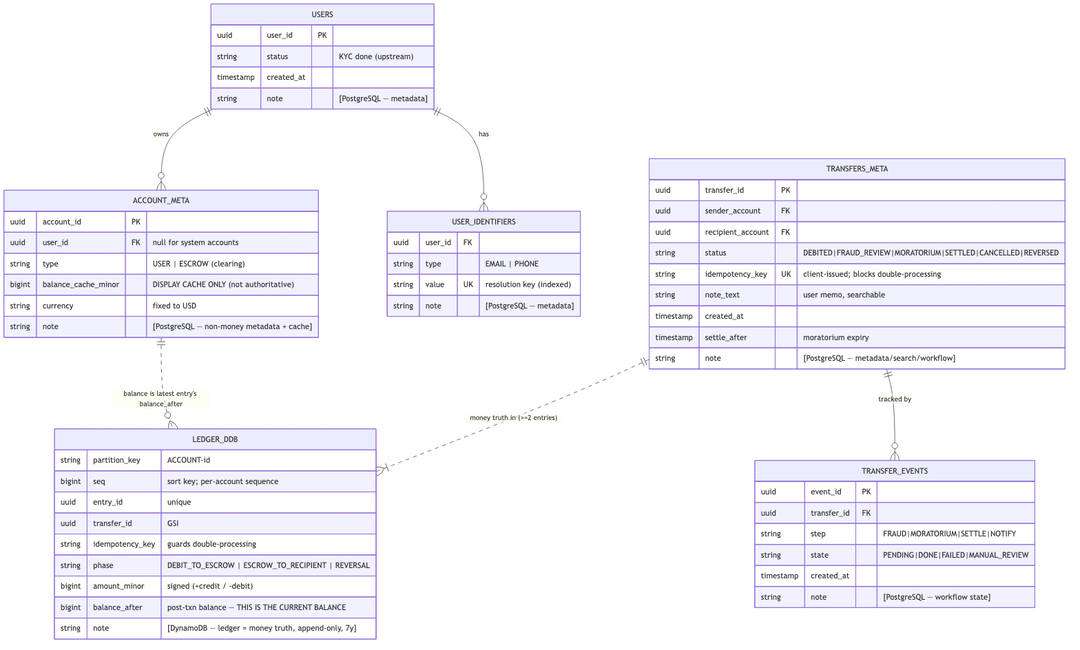
Before: 1-p2p-transaction/database-schema.png, a diagram exported from Mermaid (masayukitanaka/system-designs). Its source is kept beside it as 1-p2p-transaction/diagrams/database-schema.mmd.
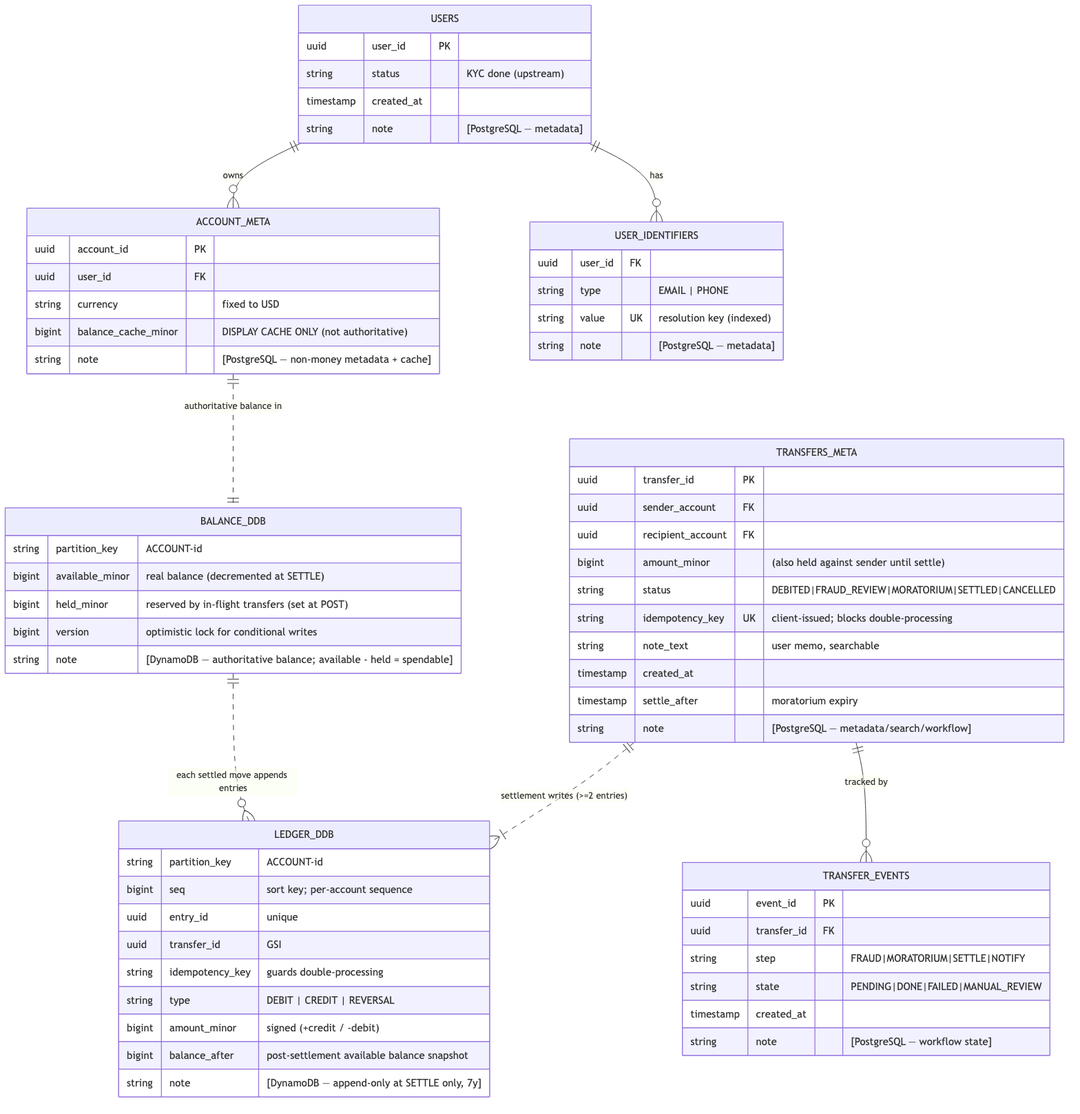
Later version of the same file.

Diff of the diagram source:
```diff
@@ -1,9 +1,10 @@
 erDiagram
     USERS ||--o{ ACCOUNT_META : "owns"
     USERS ||--o{ USER_IDENTIFIERS : "has"
-    ACCOUNT_META ||..o{ LEDGER_DDB : "残高は最新エントリのbalance_after"
+    ACCOUNT_META ||..|| BALANCE_DDB : "正の残高はここ"
+    BALANCE_DDB ||..o{ LEDGER_DDB : "決済ごとにエントリ追記"
     TRANSFERS_META ||--o{ TRANSFER_EVENTS : "tracked by"
-    TRANSFERS_META ||..|{ LEDGER_DDB : "金額の真実 (>=2 entries)"
+    TRANSFERS_META ||..|{ LEDGER_DDB : "決済時に書く (>=2 entries)"
 
     USERS {
         uuid user_id PK
@@ -21,10 +22,9 @@
 
     ACCOUNT_META {
         uuid account_id PK
-        uuid user_id FK "システム勘定はnull"
-        string type "USER | ESCROW (clearing)"
+        uuid user_id FK
+        string currency "USD固定"
         bigint balance_cache_minor "表示用キャッシュのみ (正ではない)"
-        string currency "USD固定"
         string note "[PostgreSQL — 非金額メタ + キャッシュ]"
     }
 
@@ -32,7 +32,8 @@
         uuid transfer_id PK
         uuid sender_account FK
         uuid recipient_account FK
-        string status "DEBITED|FRAUD_REVIEW|MORATORIUM|SETTLED|CANCELLED|REVERSED"
+        bigint amount_minor "(決済まで送金者にheldされる額)"
+        string status "DEBITED|FRAUD_REVIEW|MORATORIUM|SETTLED|CANCELLED"
         string idempotency_key UK "クライアント発行; 二重処理を防止"
         string note_text "ユーザーメモ, 検索可"
         timestamp created_at
@@ -49,14 +50,22 @@
         string note "[PostgreSQL — ワークフロー状態]"
     }
 
+    BALANCE_DDB {
+        string partition_key "ACCOUNT-id"
+        bigint available_minor "実残高 (SETTLE時に減算)"
+        bigint held_minor "処理中送金の保留額 (POST時に設定)"
+        bigint version "条件付き書込の楽観ロック"
+        string note "[DynamoDB — 正の残高; available - held = 利用可能]"
+    }
+
     LEDGER_DDB {
         string partition_key "ACCOUNT-id"
         bigint seq "ソートキー; 勘定ごとの連番"
         uuid entry_id "ユニーク"
         uuid transfer_id "GSI"
         string idempotency_key "二重処理ガード"
-        string phase "DEBIT_TO_ESCROW | ESCROW_TO_RECIPIENT | REVERSAL"
+        string type "DEBIT | CREDIT | REVERSAL"
         bigint amount_minor "符号付 (+credit / -debit)"
-        bigint balance_after "処理後残高 — これが現在残高"
-        string note "[DynamoDB — 台帳=金額の真実, 追記専用, 7年]"
+        bigint balance_after "決済後の利用可能残高スナップショット"
+        string note "[DynamoDB — SETTLE時のみ追記, 7年]"
     }
```
